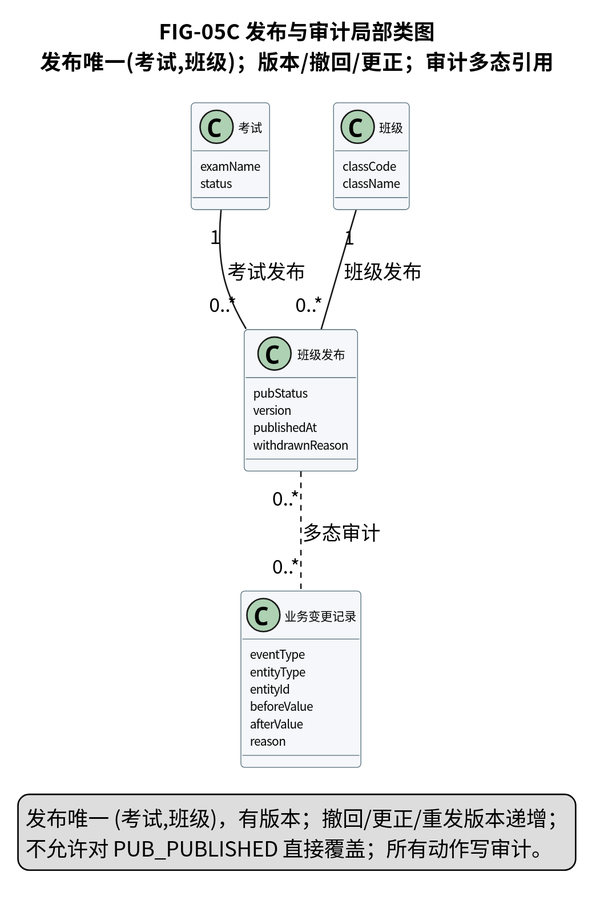
The PlantUML diagram docs/requirements/diagrams/svg/FIG-05C-发布审计局部类图.svg in Creepppper/Student_System, before a commit. The source it was exported from:
```plantuml
@startuml
skinparam defaultFontName "Noto Sans CJK SC"
skinparam dpi 180
skinparam shadowing false
skinparam classAttributeIconSize 0
skinparam classFontSize 8
skinparam classAttributeFontSize 8
skinparam class {
  BackgroundColor #F5F7FA
  BorderColor #546E7A
}
title FIG-05C 发布与审计局部类图\n发布唯一(考试,班级)；版本/撤回/更正；审计多态引用

class "考试" as Exam {
  examName
  status
}
class "班级" as Class {
  classCode
  className
}
class "班级发布" as Publication {
  pubStatus
  version
  publishedAt
  withdrawnReason
}
class "业务变更记录" as Audit {
  eventType
  entityType
  entityId
  beforeValue
  afterValue
  reason
}

Exam "1" -- "0..*" Publication : 考试发布
Class "1" -- "0..*" Publication : 班级发布
Publication "0..*" .. "0..*" Audit : 多态审计
legend bottom
  发布唯一 (考试,班级)，有版本；撤回/更正/重发版本递增；
  不允许对 PUB_PUBLISHED 直接覆盖；所有动作写审计。
endlegend
@enduml
```
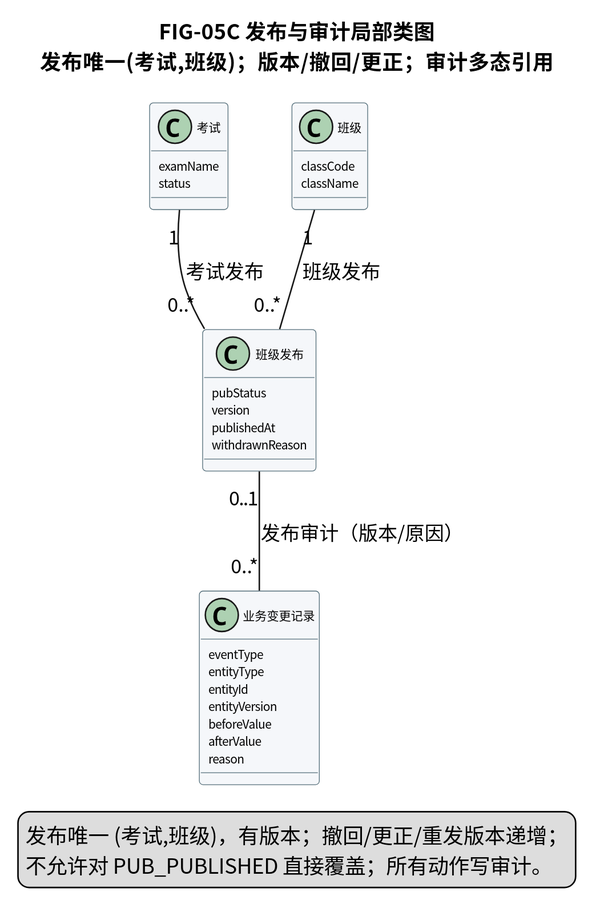
The same diagram one commit later.

Diff of the diagram source:
```diff
@@ -29,6 +29,7 @@
   eventType
   entityType
   entityId
+  entityVersion
   beforeValue
   afterValue
   reason
@@ -36,7 +37,7 @@
 
 Exam "1" -- "0..*" Publication : 考试发布
 Class "1" -- "0..*" Publication : 班级发布
-Publication "0..*" .. "0..*" Audit : 多态审计
+Publication "0..1" -- "0..*" Audit : 发布审计（版本/原因）
 legend bottom
   发布唯一 (考试,班级)，有版本；撤回/更正/重发版本递增；
   不允许对 PUB_PUBLISHED 直接覆盖；所有动作写审计。
```
